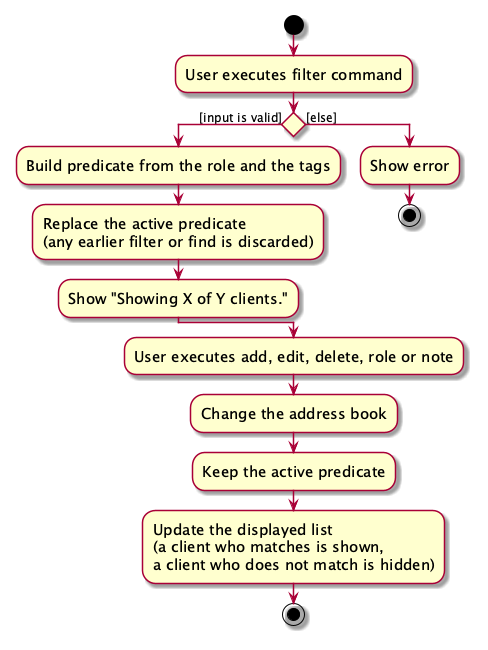
Earlier version of the PlantUML export docs/images/FilterActivityDiagram.png (AY2627S1-CS2103T-W09-3/tp). Source of this version:
```plantuml
@startuml
skin rose
skinparam ActivityFontSize 15
skinparam ArrowFontSize 12
start
:User executes filter command;


if () then ([input is valid])
    :Build predicate from the role and the tags;
    :Replace the active predicate
    (any earlier filter or find is discarded);
    :Show "Showing X of Y clients.";
else ([else])
    :Show error;
    stop
endif

:User executes add, edit, delete, role or note;
:Change the address book;
:Keep the active predicate;
:Update the displayed list
(a client who matches is shown,
a client who does not match is hidden);
stop
@enduml
```
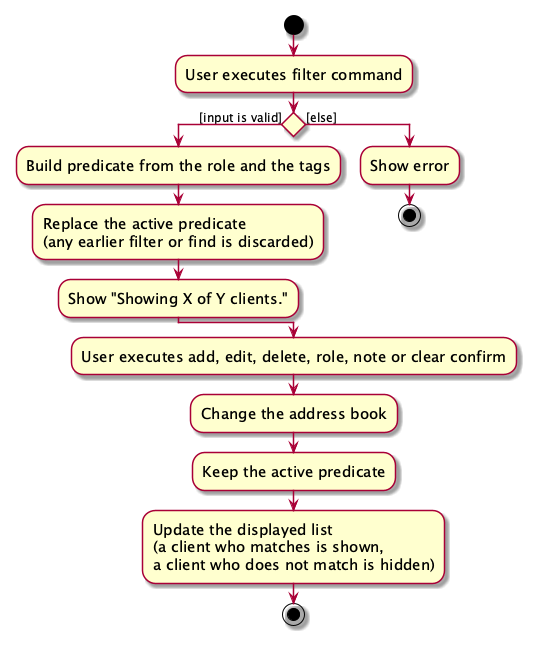
After the change.

Commit message:
Document that clear confirm keeps the active filter

The edit, as a diff of the source:
```diff
@@ -16,7 +16,7 @@
     stop
 endif
 
-:User executes add, edit, delete, role or note;
+:User executes add, edit, delete, role, note or clear confirm;
 :Change the address book;
 :Keep the active predicate;
 :Update the displayed list
```
